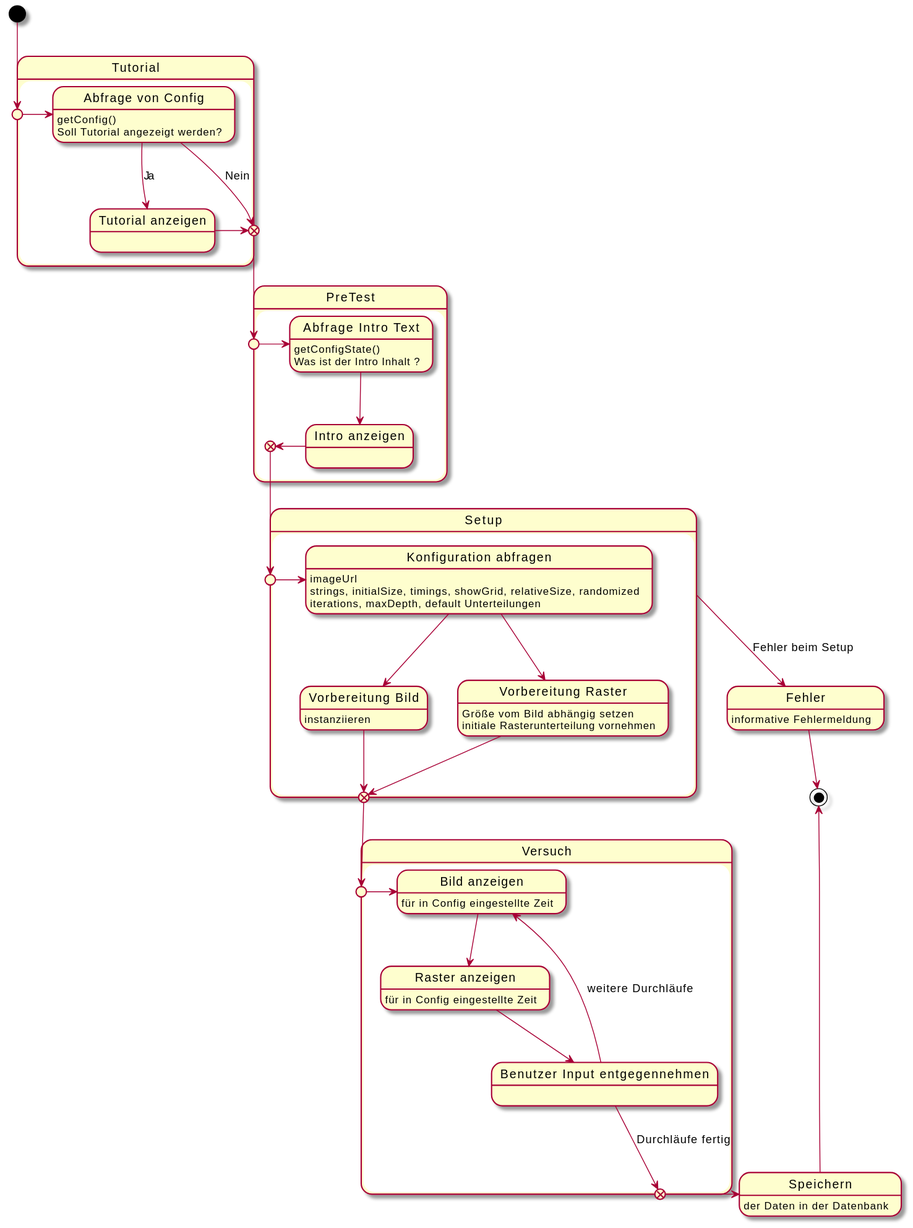
Before: uml-state/codecharts/zustand-codecharts.svg, a diagram exported from PlantUML (weichware-10/dokumente).
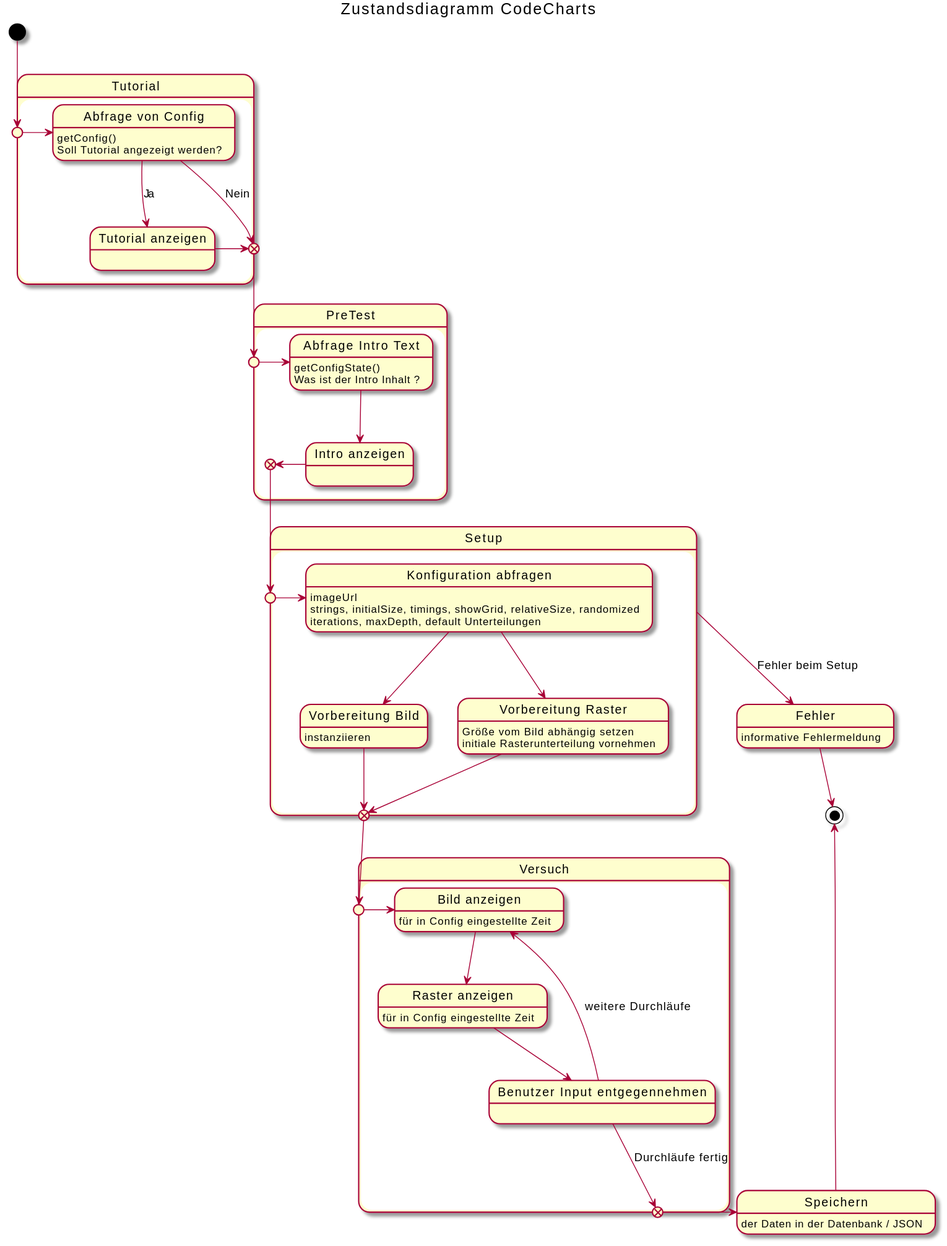
Above is the later version.

Commit message:
[chore] rendered SVGs

The edit, as a diff of the source:
```diff
@@ -1,6 +1,7 @@
 @startuml
+title Zustandsdiagramm CodeCharts
 state "Fehler" as err : informative Fehlermeldung
-state Speichern : der Daten in der Datenbank
+state Speichern : der Daten in der Datenbank / JSON
 
 state "Tutorial" as t {
     state " " as tnp <<entryPoint>>
```
